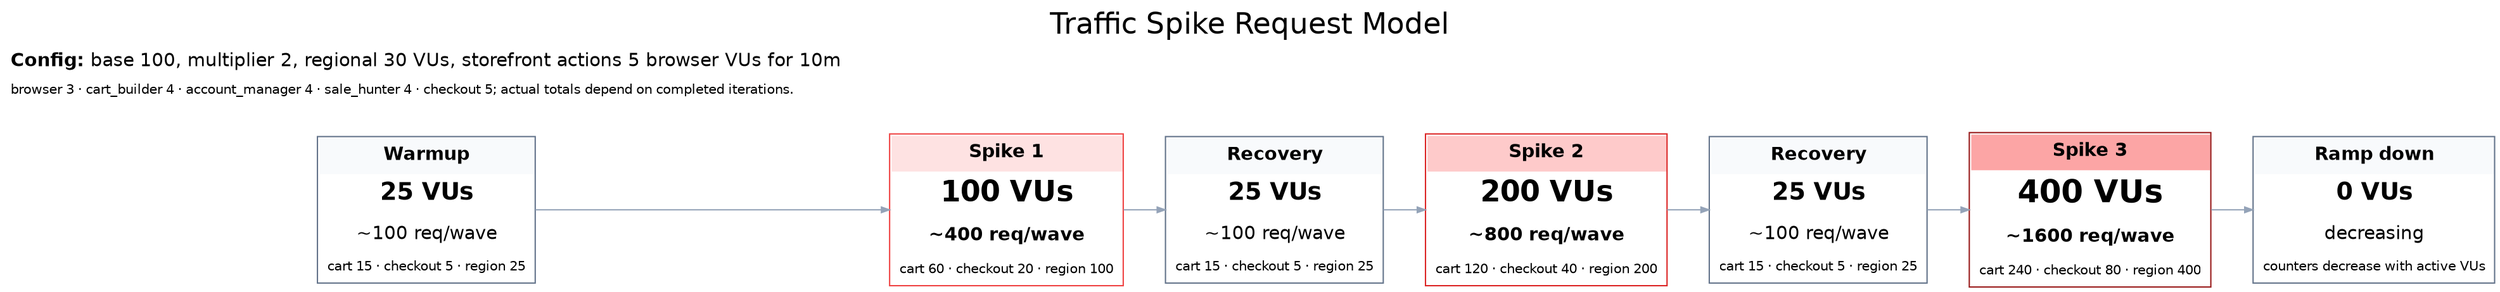
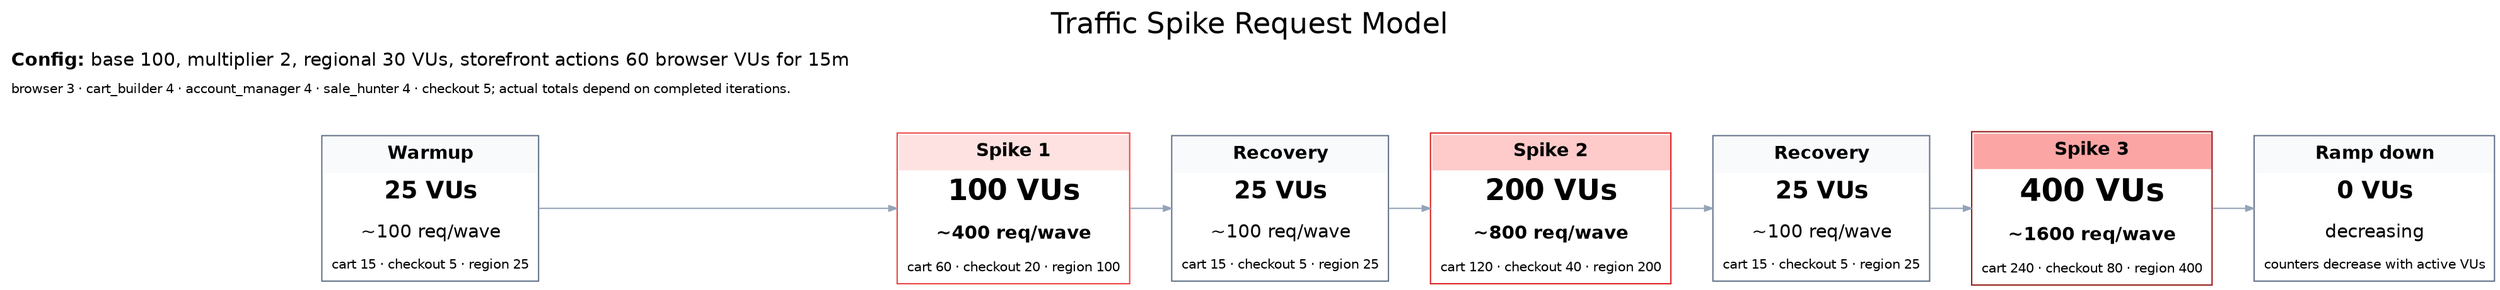
digraph traffic_spike_request_cards {
  graph [rankdir=LR, labelloc=t, label="Traffic Spike Request Model", fontsize=22, fontname="Helvetica", nodesep=0.35, ranksep=0.45, splines=ortho];
  node [shape=plain, fontname="Helvetica"];
  edge [color="#94a3b8", arrowsize=0.6];

  warmup [label=<
    <TABLE BORDER="1" CELLBORDER="0" CELLSPACING="0" CELLPADDING="6" COLOR="#64748b"><TR><TD BGCOLOR="#f8fafc"><B>Warmup</B></TD></TR><TR><TD><FONT POINT-SIZE="18"><B>25 VUs</B></FONT></TD></TR><TR><TD>~100 req/wave</TD></TR><TR><TD><FONT POINT-SIZE="10">cart 15 · checkout 5 · region 25</FONT></TD></TR></TABLE>
  >];
  spike1 [label=<
    <TABLE BORDER="1" CELLBORDER="0" CELLSPACING="0" CELLPADDING="6" COLOR="#ef4444"><TR><TD BGCOLOR="#fee2e2"><B>Spike 1</B></TD></TR><TR><TD><FONT POINT-SIZE="22"><B>100 VUs</B></FONT></TD></TR><TR><TD><B>~400 req/wave</B></TD></TR><TR><TD><FONT POINT-SIZE="10">cart 60 · checkout 20 · region 100</FONT></TD></TR></TABLE>
  >];
  recovery1 [label=<
    <TABLE BORDER="1" CELLBORDER="0" CELLSPACING="0" CELLPADDING="6" COLOR="#64748b"><TR><TD BGCOLOR="#f8fafc"><B>Recovery</B></TD></TR><TR><TD><FONT POINT-SIZE="18"><B>25 VUs</B></FONT></TD></TR><TR><TD>~100 req/wave</TD></TR><TR><TD><FONT POINT-SIZE="10">cart 15 · checkout 5 · region 25</FONT></TD></TR></TABLE>
  >];
  spike2 [label=<
    <TABLE BORDER="1" CELLBORDER="0" CELLSPACING="0" CELLPADDING="6" COLOR="#dc2626"><TR><TD BGCOLOR="#fecaca"><B>Spike 2</B></TD></TR><TR><TD><FONT POINT-SIZE="22"><B>200 VUs</B></FONT></TD></TR><TR><TD><B>~800 req/wave</B></TD></TR><TR><TD><FONT POINT-SIZE="10">cart 120 · checkout 40 · region 200</FONT></TD></TR></TABLE>
  >];
  recovery2 [label=<
    <TABLE BORDER="1" CELLBORDER="0" CELLSPACING="0" CELLPADDING="6" COLOR="#64748b"><TR><TD BGCOLOR="#f8fafc"><B>Recovery</B></TD></TR><TR><TD><FONT POINT-SIZE="18"><B>25 VUs</B></FONT></TD></TR><TR><TD>~100 req/wave</TD></TR><TR><TD><FONT POINT-SIZE="10">cart 15 · checkout 5 · region 25</FONT></TD></TR></TABLE>
  >];
  spike3 [label=<
    <TABLE BORDER="1" CELLBORDER="0" CELLSPACING="0" CELLPADDING="6" COLOR="#991b1b"><TR><TD BGCOLOR="#fca5a5"><B>Spike 3</B></TD></TR><TR><TD><FONT POINT-SIZE="24"><B>400 VUs</B></FONT></TD></TR><TR><TD><B>~1600 req/wave</B></TD></TR><TR><TD><FONT POINT-SIZE="10">cart 240 · checkout 80 · region 400</FONT></TD></TR></TABLE>
  >];
  rampdown [label=<
    <TABLE BORDER="1" CELLBORDER="0" CELLSPACING="0" CELLPADDING="6" COLOR="#64748b"><TR><TD BGCOLOR="#f8fafc"><B>Ramp down</B></TD></TR><TR><TD><FONT POINT-SIZE="18"><B>0 VUs</B></FONT></TD></TR><TR><TD>decreasing</TD></TR><TR><TD><FONT POINT-SIZE="10">counters decrease with active VUs</FONT></TD></TR></TABLE>
  >];
  legend [label=<
-     <TABLE BORDER="0" CELLBORDER="0" CELLSPACING="0" CELLPADDING="4"><TR><TD ALIGN="LEFT"><B>Config:</B> base 100, multiplier 2, regional 30 VUs, storefront actions 5 browser VUs for 10m</TD></TR><TR><TD ALIGN="LEFT"><FONT POINT-SIZE="10">browser 3 · cart_builder 4 · account_manager 4 · sale_hunter 4 · checkout 5; actual totals depend on completed iterations.</FONT></TD></TR></TABLE>
+     <TABLE BORDER="0" CELLBORDER="0" CELLSPACING="0" CELLPADDING="4"><TR><TD ALIGN="LEFT"><B>Config:</B> base 100, multiplier 2, regional 30 VUs, storefront actions 60 browser VUs for 15m</TD></TR><TR><TD ALIGN="LEFT"><FONT POINT-SIZE="10">browser 3 · cart_builder 4 · account_manager 4 · sale_hunter 4 · checkout 5; actual totals depend on completed iterations.</FONT></TD></TR></TABLE>
  >];

  warmup -> spike1 -> recovery1 -> spike2 -> recovery2 -> spike3 -> rampdown;
  { rank=same; legend }
}

